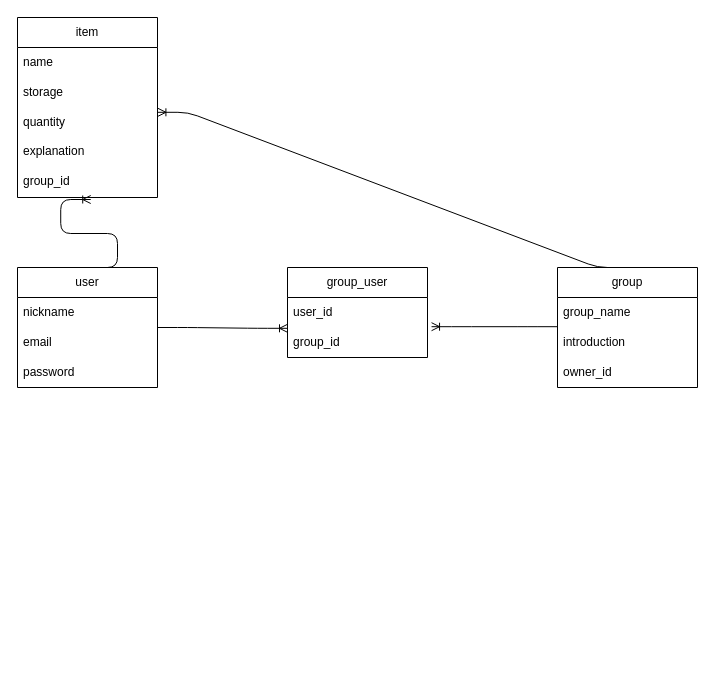
Above: hermit_purple.dio in sken100627/hermit_purple (draw.io), before the change. Source tidied: cells renumbered, new cells numbered last; positions are measured from the earlier drawing's top-left corner, leaving out a move shared by most shapes. Both pictures are drawn from the tidied source at 100%, with x=0, y=0 at pixel (17, 17).
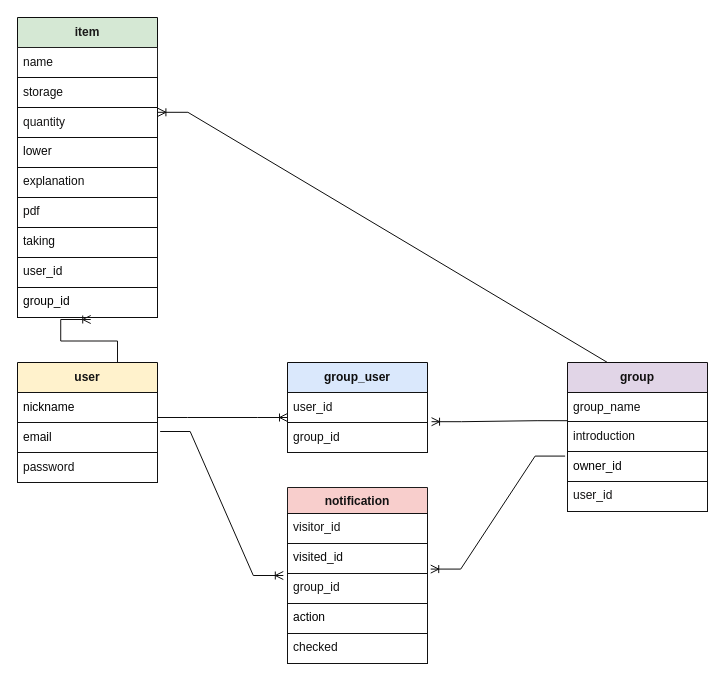
Above is the later version.

The edit, as a diff of the source:
```diff
@@
-<mxGraphModel>
+<mxGraphModel background="#ffffff">
@@
-    <mxCell id="2" value="item" style="swimlane;fontStyle=0;horizontal=1;startSize=30;whiteSpace=wrap;html=1;" parent="1" vertex="1">
-      <mxGeometry width="140" height="180" as="geometry" />
+    <mxCell id="2" value="&lt;font color=&quot;#1a1919&quot;&gt;&lt;b&gt;item&lt;/b&gt;&lt;/font&gt;" style="swimlane;fontStyle=0;horizontal=1;startSize=30;whiteSpace=wrap;html=1;rounded=0;strokeColor=#0d0d0d;fillColor=#d5e8d4;" parent="1" vertex="1">
+      <mxGeometry width="140" height="300" as="geometry" />
     </mxCell>
-    <mxCell id="3" value="name" style="text;strokeColor=none;fillColor=none;align=left;verticalAlign=middle;spacingLeft=4;spacingRight=4;overflow=hidden;whiteSpace=wrap;html=1;" parent="2" vertex="1">
+    <mxCell id="3" value="&lt;font color=&quot;#0f0f0f&quot;&gt;name&lt;/font&gt;" style="text;strokeColor=#1f1f1f;fillColor=none;align=left;verticalAlign=middle;spacingLeft=4;spacingRight=4;overflow=hidden;whiteSpace=wrap;html=1;rounded=0;" parent="2" vertex="1">
       <mxGeometry y="30" width="140" height="30" as="geometry" />
     </mxCell>
-    <mxCell id="4" value="storage" style="text;strokeColor=none;fillColor=none;align=left;verticalAlign=middle;spacingLeft=4;spacingRight=4;overflow=hidden;points=[[0,0.5],[1,0.5]];portConstraint=eastwest;whiteSpace=wrap;html=1;" parent="2" vertex="1">
+    <mxCell id="4" value="&lt;font color=&quot;#0f0f0f&quot;&gt;storage&lt;/font&gt;" style="text;strokeColor=#0d0d0d;fillColor=none;align=left;verticalAlign=middle;spacingLeft=4;spacingRight=4;overflow=hidden;points=[[0,0.5],[1,0.5]];portConstraint=eastwest;whiteSpace=wrap;html=1;rounded=0;" parent="2" vertex="1">
       <mxGeometry y="60" width="140" height="30" as="geometry" />
     </mxCell>
-    <mxCell id="5" value="quantity" style="text;strokeColor=none;fillColor=none;align=left;verticalAlign=middle;spacingLeft=4;spacingRight=4;overflow=hidden;whiteSpace=wrap;html=1;" parent="2" vertex="1">
+    <mxCell id="5" value="&lt;font color=&quot;#171616&quot;&gt;quantity&lt;/font&gt;" style="text;strokeColor=#0d0d0d;fillColor=none;align=left;verticalAlign=middle;spacingLeft=4;spacingRight=4;overflow=hidden;whiteSpace=wrap;html=1;rounded=0;" parent="2" vertex="1">
       <mxGeometry y="90" width="140" height="30" as="geometry" />
     </mxCell>
+    <mxCell id="23" value="lower" style="text;strokeColor=#0d0d0d;fillColor=none;spacingLeft=4;spacingRight=4;overflow=hidden;fontSize=12;rounded=0;fontColor=#050505;" parent="2" vertex="1">
+      <mxGeometry y="120" width="140" height="30" as="geometry" />
+    </mxCell>
-    <mxCell id="6" value="explanation" style="text;strokeColor=none;fillColor=none;spacingLeft=4;spacingRight=4;overflow=hidden;fontSize=12;" parent="2" vertex="1">
-      <mxGeometry y="120" width="140" height="30" as="geometry" />
+    <mxCell id="6" value="explanation" style="text;strokeColor=#0d0d0d;fillColor=none;spacingLeft=4;spacingRight=4;overflow=hidden;fontSize=12;rounded=0;fontColor=#0d0d0d;" parent="2" vertex="1">
+      <mxGeometry y="150" width="140" height="30" as="geometry" />
     </mxCell>
+    <mxCell id="24" value="pdf" style="text;strokeColor=#0d0d0d;fillColor=none;spacingLeft=4;spacingRight=4;overflow=hidden;fontSize=12;rounded=0;fontColor=#100f0f;" parent="2" vertex="1">
+      <mxGeometry y="180" width="140" height="30" as="geometry" />
+    </mxCell>
+    <mxCell id="25" value="taking" style="text;strokeColor=#0d0d0d;fillColor=none;spacingLeft=4;spacingRight=4;overflow=hidden;fontSize=12;rounded=0;fontColor=#0d0d0d;" parent="2" vertex="1">
+      <mxGeometry y="210" width="140" height="30" as="geometry" />
+    </mxCell>
+    <mxCell id="26" value="user_id" style="text;strokeColor=#0d0d0d;fillColor=none;spacingLeft=4;spacingRight=4;overflow=hidden;fontSize=12;rounded=0;fontColor=#0a0a0a;" parent="2" vertex="1">
+      <mxGeometry y="240" width="140" height="30" as="geometry" />
+    </mxCell>
-    <mxCell id="7" value="group_id" style="text;strokeColor=none;fillColor=none;spacingLeft=4;spacingRight=4;overflow=hidden;points=[[0,0.5],[1,0.5]];portConstraint=eastwest;fontSize=12;" parent="2" vertex="1">
-      <mxGeometry y="150" width="140" height="30" as="geometry" />
+    <mxCell id="7" value="group_id" style="text;strokeColor=#0d0d0d;fillColor=none;spacingLeft=4;spacingRight=4;overflow=hidden;points=[[0,0.5],[1,0.5]];portConstraint=eastwest;fontSize=12;rounded=0;fontColor=#000000;" parent="2" vertex="1">
+      <mxGeometry y="270" width="140" height="30" as="geometry" />
     </mxCell>
-    <mxCell id="8" value="user" style="swimlane;fontStyle=0;horizontal=1;startSize=30;whiteSpace=wrap;html=1;" parent="1" vertex="1">
-      <mxGeometry y="250" width="140" height="120" as="geometry" />
+    <mxCell id="8" value="&lt;font color=&quot;#141414&quot;&gt;&lt;b&gt;user&lt;/b&gt;&lt;/font&gt;" style="swimlane;fontStyle=0;horizontal=1;startSize=30;whiteSpace=wrap;html=1;rounded=0;strokeColor=#0d0d0d;fillColor=#fff2cc;" parent="1" vertex="1">
+      <mxGeometry y="345" width="140" height="120" as="geometry" />
     </mxCell>
-    <mxCell id="9" value="nickname" style="text;strokeColor=none;fillColor=none;align=left;verticalAlign=middle;spacingLeft=4;spacingRight=4;overflow=hidden;whiteSpace=wrap;html=1;" parent="8" vertex="1">
+    <mxCell id="9" value="&lt;font color=&quot;#000000&quot;&gt;nickname&lt;/font&gt;" style="text;strokeColor=#121212;fillColor=none;align=left;verticalAlign=middle;spacingLeft=4;spacingRight=4;overflow=hidden;whiteSpace=wrap;html=1;rounded=0;" parent="8" vertex="1">
       <mxGeometry y="30" width="140" height="30" as="geometry" />
     </mxCell>
-    <mxCell id="10" value="email" style="text;strokeColor=none;fillColor=none;align=left;verticalAlign=middle;spacingLeft=4;spacingRight=4;overflow=hidden;points=[[0,0.5],[1,0.5]];portConstraint=eastwest;whiteSpace=wrap;html=1;" parent="8" vertex="1">
+    <mxCell id="10" value="&lt;font color=&quot;#080808&quot;&gt;email&lt;/font&gt;" style="text;strokeColor=#121212;fillColor=none;align=left;verticalAlign=middle;spacingLeft=4;spacingRight=4;overflow=hidden;points=[[0,0.5],[1,0.5]];portConstraint=eastwest;whiteSpace=wrap;html=1;rounded=0;" parent="8" vertex="1">
       <mxGeometry y="60" width="140" height="30" as="geometry" />
     </mxCell>
-    <mxCell id="11" value="password" style="text;strokeColor=none;fillColor=none;align=left;verticalAlign=middle;spacingLeft=4;spacingRight=4;overflow=hidden;whiteSpace=wrap;html=1;" parent="8" vertex="1">
+    <mxCell id="11" value="&lt;font color=&quot;#0f0f0f&quot;&gt;password&lt;/font&gt;" style="text;strokeColor=#121212;fillColor=none;align=left;verticalAlign=middle;spacingLeft=4;spacingRight=4;overflow=hidden;whiteSpace=wrap;html=1;rounded=0;" parent="8" vertex="1">
       <mxGeometry y="90" width="140" height="30" as="geometry" />
     </mxCell>
-    <mxCell id="12" value="group_user" style="swimlane;fontStyle=0;horizontal=1;startSize=30;whiteSpace=wrap;html=1;" parent="1" vertex="1">
-      <mxGeometry x="270" y="250" width="140" height="90" as="geometry" />
+    <mxCell id="12" value="&lt;font color=&quot;#0d0d0d&quot;&gt;&lt;b&gt;group_user&lt;/b&gt;&lt;/font&gt;" style="swimlane;fontStyle=0;horizontal=1;startSize=30;whiteSpace=wrap;html=1;rounded=0;strokeColor=#0d0d0d;fillColor=#dae8fc;" parent="1" vertex="1">
+      <mxGeometry x="270" y="345" width="140" height="90" as="geometry" />
     </mxCell>
-    <mxCell id="13" value="user_id" style="text;strokeColor=none;fillColor=none;align=left;verticalAlign=middle;spacingLeft=4;spacingRight=4;overflow=hidden;whiteSpace=wrap;html=1;" parent="12" vertex="1">
+    <mxCell id="13" value="&lt;font color=&quot;#0f0f0f&quot;&gt;user_id&lt;/font&gt;" style="text;strokeColor=#121212;fillColor=none;align=left;verticalAlign=middle;spacingLeft=4;spacingRight=4;overflow=hidden;whiteSpace=wrap;html=1;rounded=0;" parent="12" vertex="1">
       <mxGeometry y="30" width="140" height="30" as="geometry" />
     </mxCell>
-    <mxCell id="14" value="group_id" style="text;strokeColor=none;fillColor=none;align=left;verticalAlign=middle;spacingLeft=4;spacingRight=4;overflow=hidden;points=[[0,0.5],[1,0.5]];portConstraint=eastwest;whiteSpace=wrap;html=1;" parent="12" vertex="1">
+    <mxCell id="14" value="&lt;font color=&quot;#0d0d0d&quot;&gt;group_id&lt;/font&gt;" style="text;strokeColor=#121212;fillColor=none;align=left;verticalAlign=middle;spacingLeft=4;spacingRight=4;overflow=hidden;points=[[0,0.5],[1,0.5]];portConstraint=eastwest;whiteSpace=wrap;html=1;rounded=0;" parent="12" vertex="1">
       <mxGeometry y="60" width="140" height="30" as="geometry" />
     </mxCell>
-    <mxCell id="15" value="group" style="swimlane;fontStyle=0;horizontal=1;startSize=30;whiteSpace=wrap;html=1;" parent="1" vertex="1">
-      <mxGeometry x="540" y="250" width="140" height="120" as="geometry" />
+    <mxCell id="15" value="&lt;font color=&quot;#100f0f&quot;&gt;&lt;b&gt;group&lt;/b&gt;&lt;/font&gt;" style="swimlane;fontStyle=0;horizontal=1;startSize=30;whiteSpace=wrap;html=1;rounded=0;strokeColor=#121112;fillColor=#e1d5e7;" parent="1" vertex="1">
+      <mxGeometry x="550" y="345" width="140" height="149" as="geometry" />
     </mxCell>
-    <mxCell id="16" value="group_name" style="text;strokeColor=none;fillColor=none;align=left;verticalAlign=middle;spacingLeft=4;spacingRight=4;overflow=hidden;whiteSpace=wrap;html=1;" parent="15" vertex="1">
-      <mxGeometry y="30" width="140" height="30" as="geometry" />
+    <mxCell id="16" value="&lt;font color=&quot;#0d0d0d&quot;&gt;group_name&lt;/font&gt;" style="text;strokeColor=#121212;fillColor=none;align=left;verticalAlign=middle;spacingLeft=4;spacingRight=4;overflow=hidden;whiteSpace=wrap;html=1;rounded=0;" parent="15" vertex="1">
+      <mxGeometry y="30" width="140" height="29" as="geometry" />
     </mxCell>
-    <mxCell id="17" value="introduction" style="text;strokeColor=none;fillColor=none;align=left;verticalAlign=middle;spacingLeft=4;spacingRight=4;overflow=hidden;points=[[0,0.5],[1,0.5]];portConstraint=eastwest;whiteSpace=wrap;html=1;" parent="15" vertex="1">
-      <mxGeometry y="60" width="140" height="30" as="geometry" />
+    <mxCell id="17" value="&lt;font color=&quot;#0f0f0f&quot;&gt;introduction&lt;/font&gt;" style="text;strokeColor=#121212;fillColor=none;align=left;verticalAlign=middle;spacingLeft=4;spacingRight=4;overflow=hidden;points=[[0,0.5],[1,0.5]];portConstraint=eastwest;whiteSpace=wrap;html=1;rounded=0;" parent="15" vertex="1">
+      <mxGeometry y="59" width="140" height="30" as="geometry" />
     </mxCell>
-    <mxCell id="18" value="owner_id" style="text;strokeColor=none;fillColor=none;align=left;verticalAlign=middle;spacingLeft=4;spacingRight=4;overflow=hidden;points=[[0,0.5],[1,0.5]];portConstraint=eastwest;whiteSpace=wrap;html=1;" parent="15" vertex="1">
-      <mxGeometry y="90" width="140" height="30" as="geometry" />
+    <mxCell id="18" value="&lt;font color=&quot;#000000&quot;&gt;owner_id&lt;/font&gt;" style="text;strokeColor=#121212;fillColor=none;align=left;verticalAlign=middle;spacingLeft=4;spacingRight=4;overflow=hidden;points=[[0,0.5],[1,0.5]];portConstraint=eastwest;whiteSpace=wrap;html=1;rounded=0;" parent="15" vertex="1">
+      <mxGeometry y="89" width="140" height="30" as="geometry" />
     </mxCell>
+    <mxCell id="27" value="user_id" style="text;strokeColor=#121212;fillColor=none;spacingLeft=4;spacingRight=4;overflow=hidden;fontSize=12;rounded=0;fontColor=#121111;labelBorderColor=none;" parent="15" vertex="1">
+      <mxGeometry y="119" width="140" height="30" as="geometry" />
+    </mxCell>
-    <mxCell id="19" style="edgeStyle=entityRelationEdgeStyle;fontSize=12;html=1;endArrow=ERoneToMany;entryX=0.523;entryY=1.067;entryDx=0;entryDy=0;entryPerimeter=0;exitX=0.5;exitY=0;exitDx=0;exitDy=0;" parent="1" edge="1" source="8" target="7">
+    <mxCell id="19" style="edgeStyle=entityRelationEdgeStyle;fontSize=12;html=1;endArrow=ERoneToMany;entryX=0.523;entryY=1.067;entryDx=0;entryDy=0;entryPerimeter=0;exitX=0.5;exitY=0;exitDx=0;exitDy=0;rounded=0;strokeColor=#121111;" parent="1" edge="1" source="8" target="7">
       <mxGeometry relative="1" as="geometry" />
     </mxCell>
-    <mxCell id="20" style="edgeStyle=entityRelationEdgeStyle;fontSize=12;html=1;endArrow=ERoneToMany;entryX=0;entryY=1.027;entryDx=0;entryDy=0;entryPerimeter=0;" parent="1" edge="1">
+    <mxCell id="20" style="edgeStyle=entityRelationEdgeStyle;fontSize=12;html=1;endArrow=ERoneToMany;rounded=0;strokeColor=#0d0d0d;" parent="1" edge="1">
       <mxGeometry relative="1" as="geometry">
-        <mxPoint x="140" y="310" as="sourcePoint" />
-        <mxPoint x="270" y="310.8" as="targetPoint" />
+        <mxPoint x="140" y="400" as="sourcePoint" />
+        <mxPoint x="270" y="400" as="targetPoint" />
       </mxGeometry>
     </mxCell>
-    <mxCell id="21" style="edgeStyle=entityRelationEdgeStyle;fontSize=12;html=1;endArrow=ERoneToMany;entryX=1.003;entryY=1.16;entryDx=0;entryDy=0;entryPerimeter=0;exitX=0.5;exitY=0;exitDx=0;exitDy=0;" parent="1" edge="1" source="15" target="4">
+    <mxCell id="21" style="edgeStyle=entityRelationEdgeStyle;fontSize=12;html=1;endArrow=ERoneToMany;entryX=1.003;entryY=1.16;entryDx=0;entryDy=0;entryPerimeter=0;exitX=0.5;exitY=0;exitDx=0;exitDy=0;rounded=0;strokeColor=#0d0d0d;" parent="1" edge="1" source="15" target="4">
       <mxGeometry relative="1" as="geometry" />
     </mxCell>
-    <mxCell id="22" style="edgeStyle=entityRelationEdgeStyle;fontSize=12;html=1;endArrow=ERoneToMany;entryX=1.029;entryY=-0.027;entryDx=0;entryDy=0;entryPerimeter=0;exitX=-0.003;exitY=-0.027;exitDx=0;exitDy=0;exitPerimeter=0;" parent="1" edge="1" source="17" target="14">
+    <mxCell id="22" style="edgeStyle=entityRelationEdgeStyle;fontSize=12;html=1;endArrow=ERoneToMany;entryX=1.029;entryY=-0.027;entryDx=0;entryDy=0;entryPerimeter=0;exitX=-0.003;exitY=-0.027;exitDx=0;exitDy=0;exitPerimeter=0;rounded=0;strokeColor=#0d0d0d;" parent="1" edge="1" source="17" target="14">
       <mxGeometry relative="1" as="geometry" />
     </mxCell>
+    <mxCell id="28" value="notification" style="swimlane;fontStyle=1;horizontal=1;startSize=26;align=center;fontSize=12;rounded=0;strokeColor=#1c1c1c;fillColor=#f8cecc;fontColor=#121212;" parent="1" vertex="1">
+      <mxGeometry x="270" y="470" width="140" height="176" as="geometry" />
+    </mxCell>
+    <mxCell id="29" value="visitor_id" style="text;strokeColor=#121212;fillColor=none;spacingLeft=4;spacingRight=4;overflow=hidden;fontSize=12;rounded=0;fontColor=#121212;" parent="28" vertex="1">
+      <mxGeometry y="26" width="140" height="30" as="geometry" />
+    </mxCell>
+    <mxCell id="30" value="visited_id" style="text;strokeColor=#121212;fillColor=none;spacingLeft=4;spacingRight=4;overflow=hidden;points=[[0,0.5],[1,0.5]];portConstraint=eastwest;fontSize=12;rounded=0;fontColor=#0a0a0a;" parent="28" vertex="1">
+      <mxGeometry y="56" width="140" height="30" as="geometry" />
+    </mxCell>
+    <mxCell id="31" value="group_id" style="text;strokeColor=#121212;fillColor=none;spacingLeft=4;spacingRight=4;overflow=hidden;points=[[0,0.5],[1,0.5]];portConstraint=eastwest;fontSize=12;rounded=0;fontColor=#121212;" parent="28" vertex="1">
+      <mxGeometry y="86" width="140" height="30" as="geometry" />
+    </mxCell>
+    <mxCell id="32" value="action" style="text;strokeColor=#121212;fillColor=none;spacingLeft=4;spacingRight=4;overflow=hidden;fontSize=12;rounded=0;fontColor=#000000;" parent="28" vertex="1">
+      <mxGeometry y="116" width="140" height="30" as="geometry" />
+    </mxCell>
+    <mxCell id="33" value="checked" style="text;strokeColor=#121212;fillColor=none;spacingLeft=4;spacingRight=4;overflow=hidden;fontSize=12;rounded=0;fontColor=#0f0f0f;" parent="28" vertex="1">
+      <mxGeometry y="146" width="140" height="30" as="geometry" />
+    </mxCell>
+    <mxCell id="34" style="edgeStyle=entityRelationEdgeStyle;fontSize=12;html=1;endArrow=ERoneToMany;entryX=1.023;entryY=0.853;entryDx=0;entryDy=0;entryPerimeter=0;exitX=-0.017;exitY=0.153;exitDx=0;exitDy=0;exitPerimeter=0;rounded=0;strokeColor=#0d0d0d;" parent="1" edge="1" source="18" target="30">
+      <mxGeometry relative="1" as="geometry" />
+    </mxCell>
+    <mxCell id="35" style="edgeStyle=entityRelationEdgeStyle;fontSize=12;html=1;endArrow=ERoneToMany;hachureGap=4;fontFamily=Architects Daughter;exitX=1.019;exitY=0.3;exitDx=0;exitDy=0;exitPerimeter=0;entryX=-0.03;entryY=0.067;entryDx=0;entryDy=0;entryPerimeter=0;rounded=0;strokeColor=#0d0d0d;" parent="1" edge="1" source="10" target="31">
+      <mxGeometry relative="1" as="geometry" />
+    </mxCell>
```
